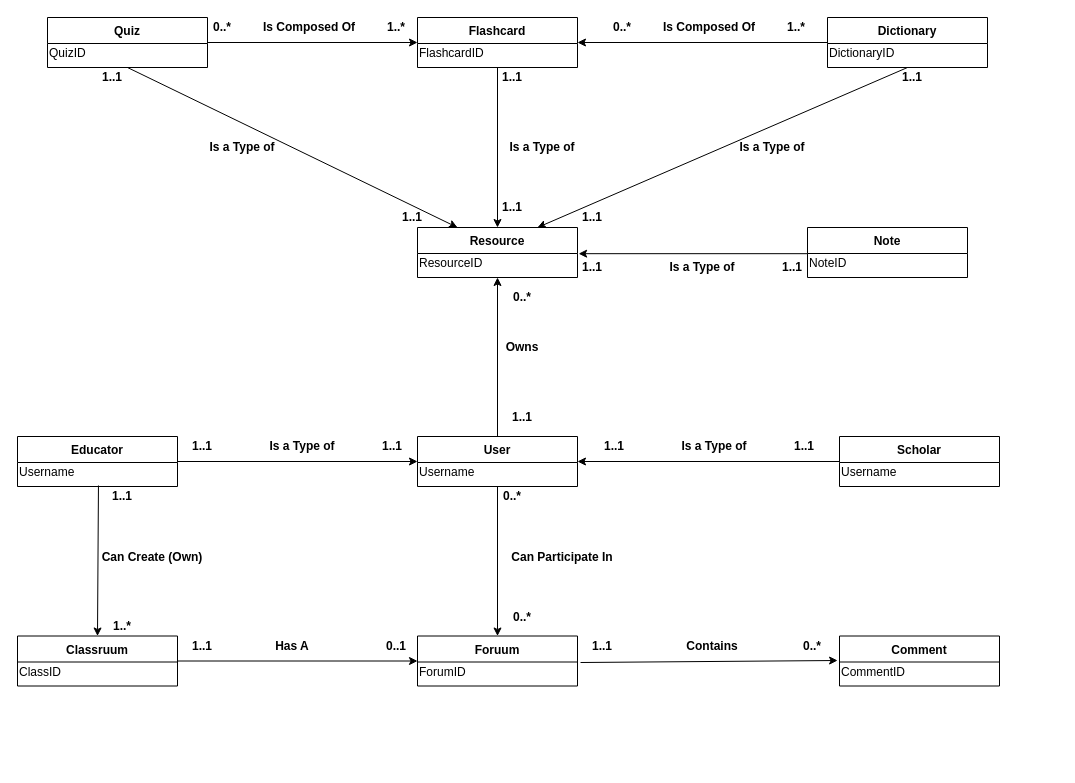
Earlier version of the draw.io diagram Design/01_global_logical_data_model.drawio (LachlanSmith1/Studioruum). Source tidied: cells renumbered, new cells numbered last; positions are measured from the earlier drawing's top-left corner, leaving out a move shared by most shapes. Both pictures are drawn from the tidied source at 100%, with x=0, y=0 at pixel (17, 17).
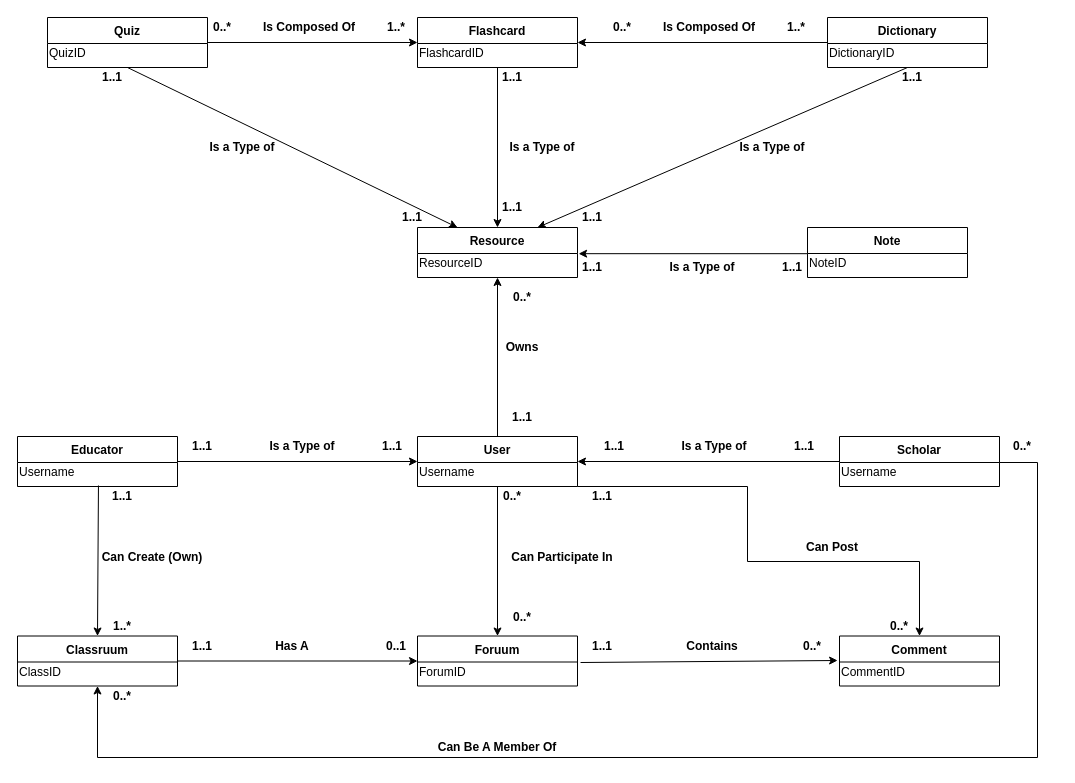
The same diagram, later.

Commit message (it also covers changes not shown here):
Updated data model and data dict

The change refers to these unchanged cells:
```xml
<mxCell id="4" value="Username" style="text;html=1;align=left;verticalAlign=middle;points=[];" parent="3" vertex="1">
  <mxGeometry y="26" width="160" height="20" as="geometry" />
</mxCell>
<mxCell id="13" value="Classruum" style="swimlane;fontStyle=1;horizontal=1;startSize=26;rounded=0;shadow=0;strokeWidth=1;" parent="1" vertex="1">
  <mxGeometry y="618.5" width="160" height="50" as="geometry" />
</mxCell>
<mxCell id="17" value="Comment" style="swimlane;fontStyle=1;horizontal=1;startSize=26;rounded=0;shadow=0;strokeWidth=1;" parent="1" vertex="1">
  <mxGeometry x="822" y="618.5" width="160" height="50" as="geometry" />
</mxCell>
<mxCell id="25" value="User" style="swimlane;fontStyle=1;horizontal=1;startSize=26;rounded=0;shadow=0;strokeWidth=1;" parent="1" vertex="1">
  <mxGeometry x="400" y="419" width="160" height="50" as="geometry" />
</mxCell>
```

What changed in the source:
```diff
@@
+    <mxCell id="76" style="edgeStyle=orthogonalEdgeStyle;rounded=0;jettySize=auto;html=1;exitX=1;exitY=1;exitDx=0;exitDy=0;entryX=0.5;entryY=0;entryDx=0;entryDy=0;" parent="1" edge="1" source="25" target="17">
+      <mxGeometry relative="1" as="geometry">
+        <Array as="points">
+          <mxPoint x="730" y="469" />
+          <mxPoint x="730" y="544" />
+          <mxPoint x="902" y="544" />
+        </Array>
+      </mxGeometry>
+    </mxCell>
@@
+    <mxCell id="77" style="edgeStyle=orthogonalEdgeStyle;rounded=0;jettySize=auto;html=1;entryX=0.5;entryY=1;entryDx=0;entryDy=0;" parent="1" edge="1" source="4" target="13">
+      <mxGeometry relative="1" as="geometry">
+        <Array as="points">
+          <mxPoint x="1020" y="445" />
+          <mxPoint x="1020" y="740" />
+          <mxPoint x="80" y="740" />
+        </Array>
+      </mxGeometry>
+    </mxCell>
+    <mxCell id="78" value="&lt;b&gt;0..*&lt;/b&gt;" style="text;html=1;strokeColor=none;fillColor=none;align=center;verticalAlign=middle;whiteSpace=wrap;rounded=0;" parent="1" vertex="1">
+      <mxGeometry x="70" y="668.5" width="70" height="20" as="geometry" />
+    </mxCell>
+    <mxCell id="79" value="&lt;b&gt;0..*&lt;/b&gt;" style="text;html=1;strokeColor=none;fillColor=none;align=center;verticalAlign=middle;whiteSpace=wrap;rounded=0;" parent="1" vertex="1">
+      <mxGeometry x="970" y="419" width="70" height="20" as="geometry" />
+    </mxCell>
+    <mxCell id="80" value="&lt;b&gt;Can Be A Member Of&lt;br&gt;&lt;/b&gt;" style="text;html=1;strokeColor=none;fillColor=none;align=center;verticalAlign=middle;whiteSpace=wrap;rounded=0;" parent="1" vertex="1">
+      <mxGeometry x="415" y="720" width="130" height="20" as="geometry" />
+    </mxCell>
+    <mxCell id="81" value="&lt;b&gt;1..1&lt;/b&gt;" style="text;html=1;strokeColor=none;fillColor=none;align=center;verticalAlign=middle;whiteSpace=wrap;rounded=0;" parent="1" vertex="1">
+      <mxGeometry x="550" y="469" width="70" height="20" as="geometry" />
+    </mxCell>
+    <mxCell id="82" value="&lt;b&gt;0..*&lt;/b&gt;" style="text;html=1;strokeColor=none;fillColor=none;align=center;verticalAlign=middle;whiteSpace=wrap;rounded=0;" parent="1" vertex="1">
+      <mxGeometry x="847" y="598.5" width="70" height="20" as="geometry" />
+    </mxCell>
+    <mxCell id="83" value="&lt;b&gt;Can Post&lt;br&gt;&lt;/b&gt;" style="text;html=1;strokeColor=none;fillColor=none;align=center;verticalAlign=middle;whiteSpace=wrap;rounded=0;" parent="1" vertex="1">
+      <mxGeometry x="760" y="520" width="110" height="20" as="geometry" />
+    </mxCell>
```
